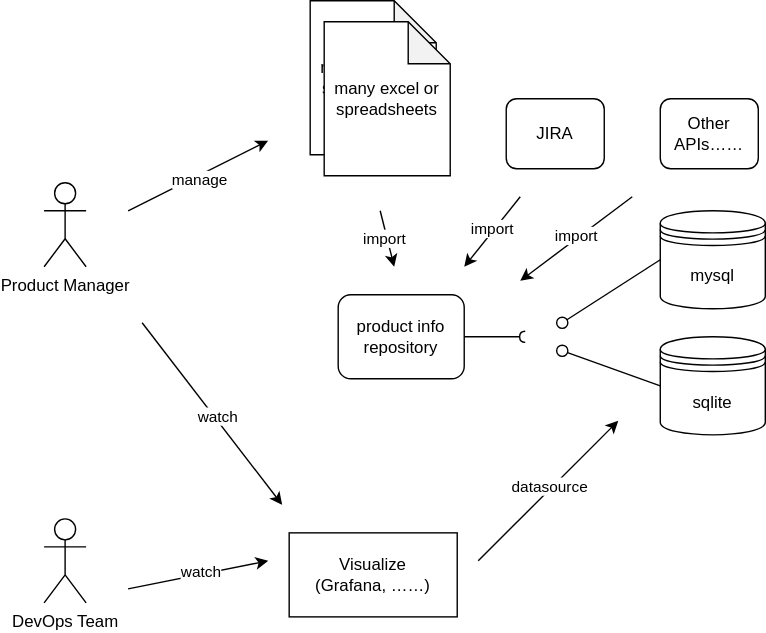
This is docs/design.drawio.svg from go-zen-chu/product-measurement, a draw.io export, as it was before one commit. Source tidied: cells renumbered, new cells last; positions are measured from the earlier drawing's top-left corner, leaving out a move shared by most shapes.
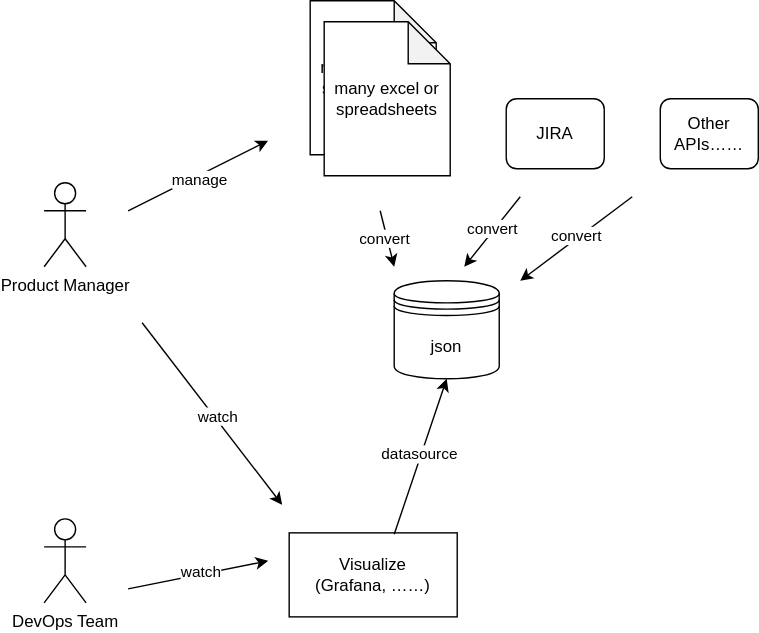
Later version of the same file.

Change to the diagram source:
```diff
@@ -11,40 +11,16 @@
     <mxCell id="4" value="many excel or spreadsheets" style="shape=note;whiteSpace=wrap;html=1;backgroundOutline=1;darkOpacity=0.05;" parent="1" vertex="1">
       <mxGeometry x="200" y="15" width="90" height="110" as="geometry" />
     </mxCell>
-    <mxCell id="5" value="mysql" style="shape=datastore;whiteSpace=wrap;html=1;" parent="1" vertex="1">
-      <mxGeometry x="440" y="150" width="75" height="70" as="geometry" />
+    <mxCell id="5" value="json" style="shape=datastore;whiteSpace=wrap;html=1;" parent="1" vertex="1">
+      <mxGeometry x="250" y="200" width="75" height="70" as="geometry" />
     </mxCell>
-    <mxCell id="6" style="html=1;verticalAlign=bottom;labelBackgroundColor=none;endArrow=oval;endFill=0;endSize=8;exitX=0;exitY=0.5;exitDx=0;exitDy=0;" parent="1" edge="1" source="5">
-      <mxGeometry relative="1" as="geometry">
-        <mxPoint x="370" y="230" as="targetPoint" />
-      </mxGeometry>
-    </mxCell>
-    <mxCell id="7" value="sqlite" style="shape=datastore;whiteSpace=wrap;html=1;" parent="1" vertex="1">
-      <mxGeometry x="440" y="240" width="75" height="70" as="geometry" />
-    </mxCell>
-    <mxCell id="8" style="html=1;verticalAlign=bottom;labelBackgroundColor=none;endArrow=oval;endFill=0;endSize=8;exitX=0;exitY=0.5;exitDx=0;exitDy=0;" parent="1" edge="1" source="7">
-      <mxGeometry relative="1" as="geometry">
-        <mxPoint x="370" y="250" as="targetPoint" />
-      </mxGeometry>
-    </mxCell>
-    <mxCell id="9" style="group;" parent="1" vertex="1">
-      <mxGeometry x="210" y="210" width="170" height="60" as="geometry" />
-    </mxCell>
-    <mxCell id="10" value="product info&lt;br&gt;repository" style="rounded=1;whiteSpace=wrap;html=1;" parent="9" vertex="1">
-      <mxGeometry width="90" height="60" as="geometry" />
-    </mxCell>
-    <mxCell id="11" style="html=1;verticalAlign=bottom;labelBackgroundColor=none;endArrow=halfCircle;endFill=0;endSize=2;exitX=1;exitY=0.5;exitDx=0;exitDy=0;" parent="9" edge="1" source="10">
-      <mxGeometry relative="1" as="geometry">
-        <mxPoint x="133.6" y="30" as="targetPoint" />
-      </mxGeometry>
-    </mxCell>
     <mxCell id="12" style="endArrow=classic;html=1;" parent="1" edge="1">
       <mxGeometry relative="1" as="geometry">
         <mxPoint x="240" y="150" as="sourcePoint" />
         <mxPoint x="250" y="190" as="targetPoint" />
       </mxGeometry>
     </mxCell>
-    <mxCell id="13" value="import" style="edgeLabel;html=1;align=center;verticalAlign=middle;" parent="12" vertex="1">
+    <mxCell id="13" value="convert" style="edgeLabel;html=1;align=center;verticalAlign=middle;" parent="12" vertex="1">
       <mxGeometry x="-0.02" y="-2" relative="1" as="geometry" />
     </mxCell>
     <mxCell id="14" value="Visualize&lt;br&gt;(Grafana, ……)" style="rounded=0;whiteSpace=wrap;html=1;" parent="1" vertex="1">
@@ -59,11 +35,8 @@
     <mxCell id="16" value="manage" style="edgeLabel;html=1;align=center;verticalAlign=middle;" parent="15" vertex="1">
       <mxGeometry x="-0.02" y="-2" relative="1" as="geometry" />
     </mxCell>
-    <mxCell id="17" style="endArrow=classic;html=1;" parent="1" edge="1">
-      <mxGeometry relative="1" as="geometry">
-        <mxPoint x="310" y="400" as="sourcePoint" />
-        <mxPoint x="410" y="300" as="targetPoint" />
-      </mxGeometry>
+    <mxCell id="17" style="endArrow=classic;html=1;exitX=0.625;exitY=0.017;exitDx=0;exitDy=0;exitPerimeter=0;entryX=0.5;entryY=1;entryDx=0;entryDy=0;" parent="1" edge="1" source="14" target="5">
+      <mxGeometry relative="1" as="geometry" />
     </mxCell>
     <mxCell id="18" value="datasource" style="edgeLabel;html=1;align=center;verticalAlign=middle;" parent="17" vertex="1">
       <mxGeometry x="0.03" y="2" relative="1" as="geometry" />
@@ -95,7 +68,7 @@
         <mxPoint x="300" y="190" as="targetPoint" />
       </mxGeometry>
     </mxCell>
-    <mxCell id="25" value="import" style="edgeLabel;html=1;align=center;verticalAlign=middle;" parent="24" vertex="1">
+    <mxCell id="25" value="convert" style="edgeLabel;html=1;align=center;verticalAlign=middle;" parent="24" vertex="1">
       <mxGeometry x="-0.02" y="-2" relative="1" as="geometry" />
     </mxCell>
     <mxCell id="26" value="JIRA" style="rounded=1;whiteSpace=wrap;html=1;" parent="1" vertex="1">
@@ -110,7 +83,7 @@
         <mxPoint x="340" y="200" as="targetPoint" />
       </mxGeometry>
     </mxCell>
-    <mxCell id="29" value="import" style="edgeLabel;html=1;align=center;verticalAlign=middle;" parent="28" vertex="1">
+    <mxCell id="29" value="convert" style="edgeLabel;html=1;align=center;verticalAlign=middle;" parent="28" vertex="1">
       <mxGeometry x="-0.02" y="-2" relative="1" as="geometry" />
     </mxCell>
   </root>
```
